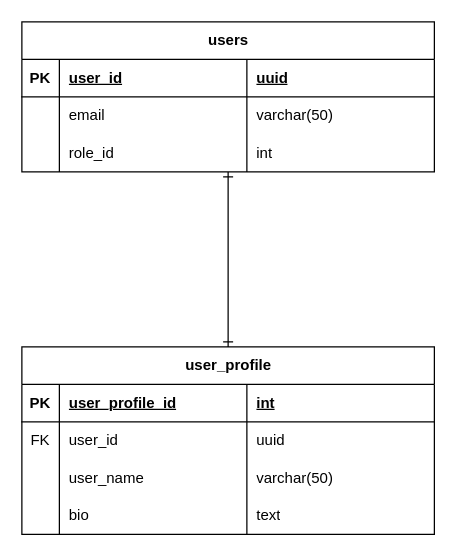
The draw.io diagram docs/user_service/user_service_er.drawio in Nahaq789/micron, before the edit. Source tidied: cells renumbered, new cells numbered last; positions are measured from the earlier drawing's top-left corner, leaving out a move shared by most shapes. Both pictures are drawn from the tidied source at 125%, with x=0, y=0 at pixel (21, 21).
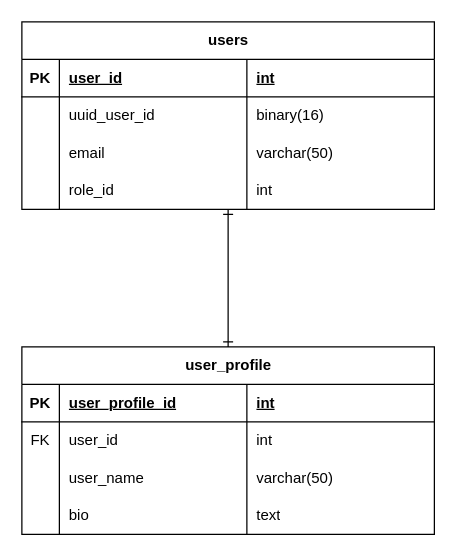
After the change.

The change refers to these unchanged cells:
```xml
<mxCell id="4" style="shape=tableRow;horizontal=0;startSize=0;swimlaneHead=0;swimlaneBody=0;fillColor=none;top=0;left=0;right=0;bottom=1;" parent="3" vertex="1">
  <mxGeometry y="30" width="330" height="30" as="geometry" />
</mxCell>
<mxCell id="21" style="shape=tableRow;horizontal=0;startSize=0;swimlaneHead=0;swimlaneBody=0;fillColor=none;top=0;left=0;right=0;bottom=0;" parent="16" vertex="1">
  <mxGeometry y="60" width="330" height="30" as="geometry" />
</mxCell>
```

What changed in the source:
```diff
@@
     <mxCell id="3" value="users" style="shape=table;startSize=30;childLayout=tableLayout;rowLines=0;fontStyle=1;align=center;html=1;" parent="1" vertex="1">
-      <mxGeometry width="330" height="120" as="geometry" />
+      <mxGeometry width="330" height="150" as="geometry" />
     </mxCell>
@@
-    <mxCell id="7" value="uuid" style="shape=partialRectangle;fillColor=none;top=0;left=0;bottom=0;right=0;align=left;spacingLeft=6;fontStyle=5;overflow=hidden;whiteSpace=wrap;html=1;" parent="4" vertex="1">
+    <mxCell id="7" value="int" style="shape=partialRectangle;fillColor=none;top=0;left=0;bottom=0;right=0;align=left;spacingLeft=6;fontStyle=5;overflow=hidden;whiteSpace=wrap;html=1;" parent="4" vertex="1">
       <mxGeometry x="180" width="150" height="30" as="geometry" />
     </mxCell>
+    <mxCell id="33" style="shape=tableRow;horizontal=0;startSize=0;swimlaneHead=0;swimlaneBody=0;fillColor=none;top=0;left=0;right=0;bottom=0;" parent="3" vertex="1">
+      <mxGeometry y="60" width="330" height="30" as="geometry" />
+    </mxCell>
+    <mxCell id="34" style="shape=partialRectangle;fillColor=none;top=0;left=0;bottom=0;right=0;overflow=hidden;whiteSpace=wrap;html=1;" parent="33" vertex="1">
+      <mxGeometry width="30" height="30" as="geometry" />
+    </mxCell>
+    <mxCell id="35" value="uuid_user_id" style="shape=partialRectangle;fillColor=none;top=0;left=0;bottom=0;right=0;align=left;spacingLeft=6;overflow=hidden;whiteSpace=wrap;html=1;" parent="33" vertex="1">
+      <mxGeometry x="30" width="150" height="30" as="geometry" />
+    </mxCell>
+    <mxCell id="36" value="binary(16)" style="shape=partialRectangle;fillColor=none;top=0;left=0;bottom=0;right=0;align=left;spacingLeft=6;overflow=hidden;whiteSpace=wrap;html=1;" parent="33" vertex="1">
+      <mxGeometry x="180" width="150" height="30" as="geometry" />
+    </mxCell>
     <mxCell id="8" style="shape=tableRow;horizontal=0;startSize=0;swimlaneHead=0;swimlaneBody=0;fillColor=none;top=0;left=0;right=0;bottom=0;" parent="3" vertex="1">
-      <mxGeometry y="60" width="330" height="30" as="geometry" />
+      <mxGeometry y="90" width="330" height="30" as="geometry" />
     </mxCell>
@@
     <mxCell id="12" style="shape=tableRow;horizontal=0;startSize=0;swimlaneHead=0;swimlaneBody=0;fillColor=none;top=0;left=0;right=0;bottom=0;" parent="3" vertex="1">
-      <mxGeometry y="90" width="330" height="30" as="geometry" />
+      <mxGeometry y="120" width="330" height="30" as="geometry" />
     </mxCell>
@@
-    <mxCell id="24" value="uuid" style="shape=partialRectangle;fillColor=none;top=0;left=0;bottom=0;right=0;align=left;spacingLeft=6;overflow=hidden;whiteSpace=wrap;html=1;" parent="21" vertex="1">
+    <mxCell id="24" value="int" style="shape=partialRectangle;fillColor=none;top=0;left=0;bottom=0;right=0;align=left;spacingLeft=6;overflow=hidden;whiteSpace=wrap;html=1;" parent="21" vertex="1">
       <mxGeometry x="180" width="150" height="30" as="geometry" />
     </mxCell>
```
